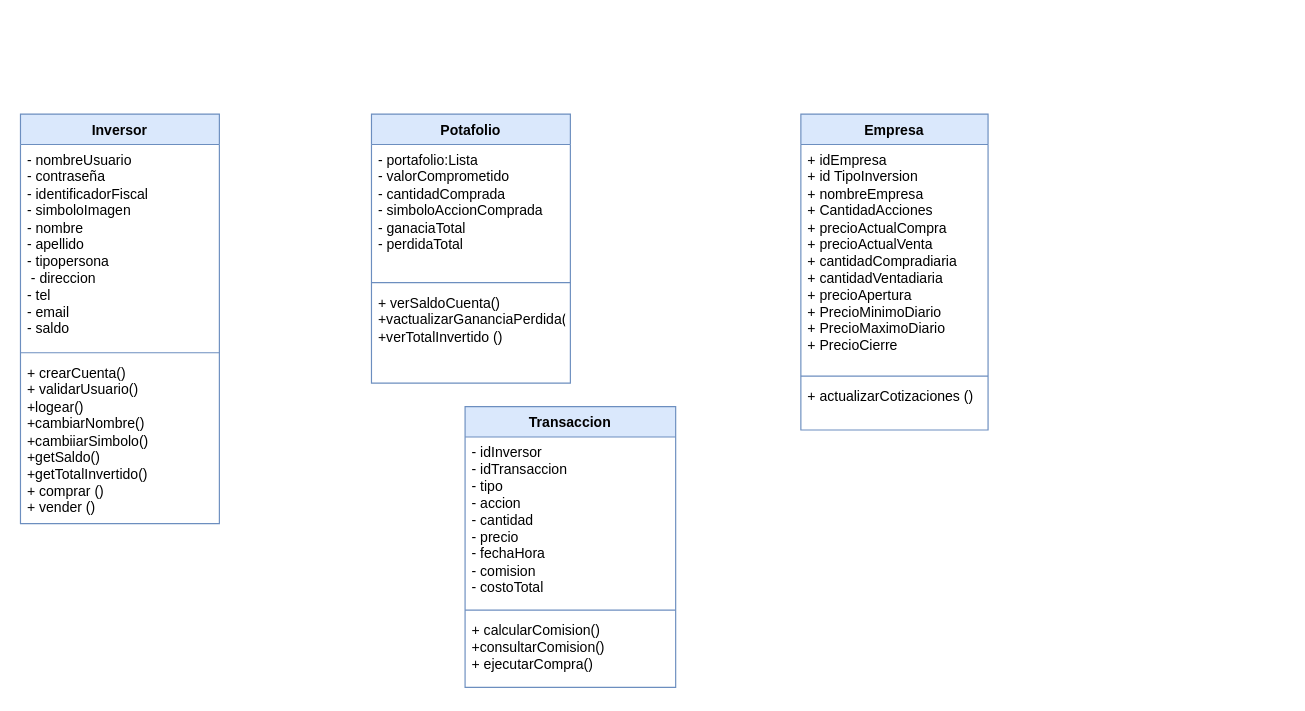
Before: page "Página-2" (2 of 2) of Documentación/Diagrama-de-Clases.drawio in INNOVAcodersISPC/ARGBroker, a draw.io diagram. Source tidied: cells renumbered, new cells numbered last; positions are measured from the earlier drawing's top-left corner, leaving out a move shared by most shapes. Both pictures are drawn from the tidied source at 117%, with x=0, y=0 at pixel (20, 113).
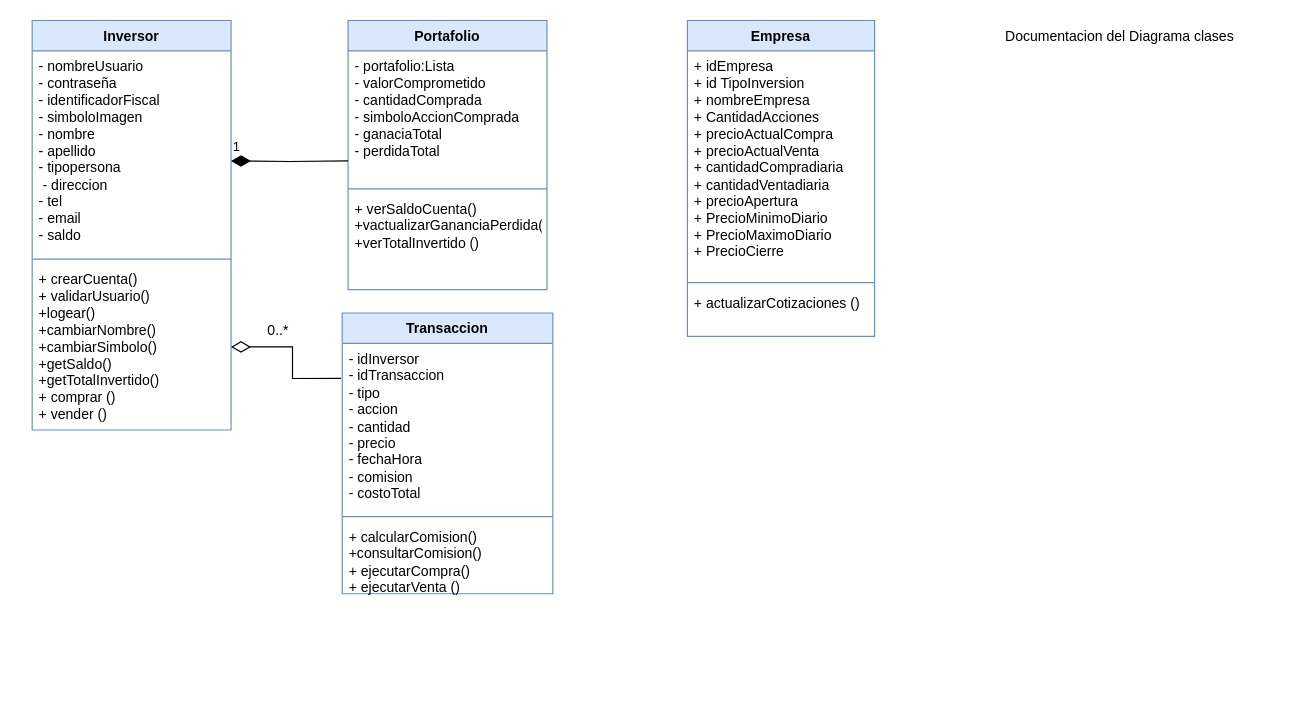
After the change.

The change refers to these unchanged cells:
```xml
<mxCell id="11" value="&lt;div style=&quot;text-wrap: nowrap;&quot;&gt;&lt;span style=&quot;background-color: initial;&quot;&gt;- portafolio:Lista&lt;/span&gt;&lt;br&gt;&lt;/div&gt;&lt;div style=&quot;text-wrap: nowrap;&quot;&gt;&lt;div&gt;- valorComprometido&lt;/div&gt;&lt;div&gt;- cantidadComprada&lt;/div&gt;&lt;div&gt;- simboloAccionComprada&lt;/div&gt;&lt;div&gt;- ganaciaTotal&lt;/div&gt;&lt;div&gt;- perdidaTotal&lt;/div&gt;&lt;div&gt;&lt;br&gt;&lt;/div&gt;&lt;div&gt;&amp;nbsp;&lt;/div&gt;&lt;div&gt;&lt;br&gt;&lt;/div&gt;&lt;div&gt;&lt;br&gt;&lt;/div&gt;&lt;div&gt;&lt;br&gt;&lt;/div&gt;&lt;/div&gt;" style="text;strokeColor=none;fillColor=none;align=left;verticalAlign=top;spacingLeft=4;spacingRight=4;overflow=hidden;points=[[0,0.5],[1,0.5]];portConstraint=eastwest;whiteSpace=wrap;html=1;" parent="10" vertex="1">
  <mxGeometry y="26" width="170" height="114" as="geometry" />
</mxCell>
<mxCell id="15" value="&lt;div style=&quot;text-wrap: nowrap;&quot;&gt;&lt;span style=&quot;background-color: initial;&quot;&gt;- idInversor&lt;/span&gt;&lt;br&gt;&lt;/div&gt;&lt;div style=&quot;text-wrap: nowrap;&quot;&gt;&lt;div&gt;- idTransaccion&lt;/div&gt;&lt;div&gt;- tipo&lt;/div&gt;&lt;div&gt;- accion&lt;/div&gt;&lt;div&gt;- cantidad&lt;/div&gt;&lt;div&gt;- precio&lt;/div&gt;&lt;div&gt;- fechaHora&lt;/div&gt;&lt;div&gt;- comision&lt;/div&gt;&lt;div&gt;- costoTotal&lt;/div&gt;&lt;div&gt;&lt;br&gt;&lt;/div&gt;&lt;div&gt;&amp;nbsp;&lt;/div&gt;&lt;div&gt;&lt;br&gt;&lt;/div&gt;&lt;div&gt;&lt;br&gt;&lt;/div&gt;&lt;div&gt;&lt;br&gt;&lt;/div&gt;&lt;/div&gt;" style="text;strokeColor=none;fillColor=none;align=left;verticalAlign=top;spacingLeft=4;spacingRight=4;overflow=hidden;points=[[0,0.5],[1,0.5]];portConstraint=eastwest;whiteSpace=wrap;html=1;" parent="14" vertex="1">
  <mxGeometry y="26" width="180" height="144" as="geometry" />
</mxCell>
```

The edit, as a diff of the source:
```diff
@@
     <mxCell id="2" value="Inversor" style="swimlane;fontStyle=1;align=center;verticalAlign=top;horizontal=1;startSize=26;whiteSpace=wrap;html=1;fillColor=#dae8fc;strokeColor=#6c8ebf;" parent="1" vertex="1">
-      <mxGeometry width="170" height="350" as="geometry" />
+      <mxGeometry x="10" y="-80" width="170" height="350" as="geometry" />
     </mxCell>
@@
-    <mxCell id="5" value="+ crearCuenta()&lt;div&gt;+ validarUsuario()&lt;/div&gt;&lt;div&gt;+logear()&lt;br&gt;&lt;div&gt;+cambiarNombre()&lt;/div&gt;&lt;div&gt;+cambiiarSimbolo()&lt;/div&gt;&lt;/div&gt;&lt;div&gt;+getSaldo()&lt;/div&gt;&lt;div&gt;+getTotalInvertido()&lt;/div&gt;&lt;div&gt;+ comprar ()&lt;/div&gt;&lt;div&gt;+ vender ()&lt;/div&gt;&lt;div&gt;&lt;br&gt;&lt;/div&gt;&lt;div&gt;&lt;br&gt;&lt;/div&gt;&lt;div&gt;&lt;br&gt;&lt;/div&gt;" style="text;strokeColor=none;fillColor=none;align=left;verticalAlign=top;spacingLeft=4;spacingRight=4;overflow=hidden;points=[[0,0.5],[1,0.5]];portConstraint=eastwest;whiteSpace=wrap;html=1;" parent="2" vertex="1">
+    <mxCell id="5" value="+ crearCuenta()&lt;div&gt;+ validarUsuario()&lt;/div&gt;&lt;div&gt;+logear()&lt;br&gt;&lt;div&gt;+cambiarNombre()&lt;/div&gt;&lt;div&gt;+cambiarSimbolo()&lt;/div&gt;&lt;/div&gt;&lt;div&gt;+getSaldo()&lt;/div&gt;&lt;div&gt;+getTotalInvertido()&lt;/div&gt;&lt;div&gt;+ comprar ()&lt;/div&gt;&lt;div&gt;+ vender ()&lt;/div&gt;&lt;div&gt;&lt;br&gt;&lt;/div&gt;&lt;div&gt;&lt;br&gt;&lt;/div&gt;&lt;div&gt;&lt;br&gt;&lt;/div&gt;" style="text;strokeColor=none;fillColor=none;align=left;verticalAlign=top;spacingLeft=4;spacingRight=4;overflow=hidden;points=[[0,0.5],[1,0.5]];portConstraint=eastwest;whiteSpace=wrap;html=1;" parent="2" vertex="1">
       <mxGeometry y="208" width="170" height="142" as="geometry" />
     </mxCell>
     <mxCell id="6" value="Empresa" style="swimlane;fontStyle=1;align=center;verticalAlign=top;horizontal=1;startSize=26;whiteSpace=wrap;html=1;fillColor=#dae8fc;strokeColor=#6c8ebf;" parent="1" vertex="1">
-      <mxGeometry x="667" width="160" height="270" as="geometry" />
+      <mxGeometry x="570" y="-80" width="160" height="270" as="geometry" />
     </mxCell>
@@
-    <mxCell id="10" value="Potafolio" style="swimlane;fontStyle=1;align=center;verticalAlign=top;horizontal=1;startSize=26;whiteSpace=wrap;html=1;fillColor=#dae8fc;strokeColor=#6c8ebf;" parent="1" vertex="1">
-      <mxGeometry x="300" width="170" height="230" as="geometry" />
+    <mxCell id="10" value="Portafolio" style="swimlane;fontStyle=1;align=center;verticalAlign=top;horizontal=1;startSize=26;whiteSpace=wrap;html=1;fillColor=#dae8fc;strokeColor=#6c8ebf;" parent="1" vertex="1">
+      <mxGeometry x="280" y="-80" width="170" height="230" as="geometry" />
     </mxCell>
@@
     <mxCell id="14" value="Transaccion" style="swimlane;fontStyle=1;align=center;verticalAlign=top;horizontal=1;startSize=26;whiteSpace=wrap;html=1;fillColor=#dae8fc;strokeColor=#6c8ebf;" parent="1" vertex="1">
-      <mxGeometry x="380" y="250" width="180" height="240" as="geometry" />
+      <mxGeometry x="275" y="170" width="180" height="240" as="geometry" />
     </mxCell>
@@
-    <mxCell id="17" value="+ calcularComision()&lt;div&gt;+consultarComision()&lt;/div&gt;&lt;div&gt;+ ejecutarCompra()&lt;br&gt;&lt;div&gt;&lt;br&gt;&lt;/div&gt;&lt;/div&gt;&lt;div&gt;&lt;br&gt;&lt;/div&gt;&lt;div&gt;&lt;br&gt;&lt;/div&gt;&lt;div&gt;&lt;br&gt;&lt;/div&gt;" style="text;strokeColor=none;fillColor=none;align=left;verticalAlign=top;spacingLeft=4;spacingRight=4;overflow=hidden;whiteSpace=wrap;html=1;" parent="14" vertex="1">
+    <mxCell id="17" value="+ calcularComision()&lt;div&gt;+consultarComision()&lt;/div&gt;&lt;div&gt;+ ejecutarCompra()&lt;/div&gt;&lt;div&gt;+ ejecutarVenta ()&lt;br&gt;&lt;div&gt;&lt;br&gt;&lt;/div&gt;&lt;/div&gt;&lt;div&gt;&lt;br&gt;&lt;/div&gt;&lt;div&gt;&lt;br&gt;&lt;/div&gt;&lt;div&gt;&lt;br&gt;&lt;/div&gt;" style="text;strokeColor=none;fillColor=none;align=left;verticalAlign=top;spacingLeft=4;spacingRight=4;overflow=hidden;whiteSpace=wrap;html=1;" parent="14" vertex="1">
       <mxGeometry y="178" width="180" height="62" as="geometry" />
     </mxCell>
+    <mxCell id="18" value="Documentacion del Diagrama clases" style="text;whiteSpace=wrap;html=1;" parent="1" vertex="1">
+      <mxGeometry x="840" y="-80" width="240" height="40" as="geometry" />
+    </mxCell>
+    <mxCell id="19" value="1" style="endArrow=none;html=1;endSize=12;startArrow=diamondThin;startSize=14;startFill=1;edgeStyle=orthogonalEdgeStyle;align=left;verticalAlign=bottom;rounded=0;entryX=0;entryY=0.825;entryDx=0;entryDy=0;entryPerimeter=0;endFill=0;" parent="1" edge="1" target="11">
+      <mxGeometry x="-1" y="3" relative="1" as="geometry">
+        <mxPoint x="180" y="40" as="sourcePoint" />
+      </mxGeometry>
+    </mxCell>
+    <mxCell id="20" style="edgeStyle=orthogonalEdgeStyle;rounded=0;jettySize=auto;html=1;entryX=-0.006;entryY=0.208;entryDx=0;entryDy=0;entryPerimeter=0;endArrow=none;endFill=0;startArrow=diamondThin;startFill=0;endSize=12;startSize=14;" parent="1" edge="1" source="5" target="15">
+      <mxGeometry relative="1" as="geometry" />
+    </mxCell>
+    <mxCell id="21" value="0..*" style="text;html=1;align=center;verticalAlign=middle;strokeColor=none;fillColor=none;" parent="1" vertex="1">
+      <mxGeometry x="200" y="170" width="40" height="30" as="geometry" />
+    </mxCell>
```
